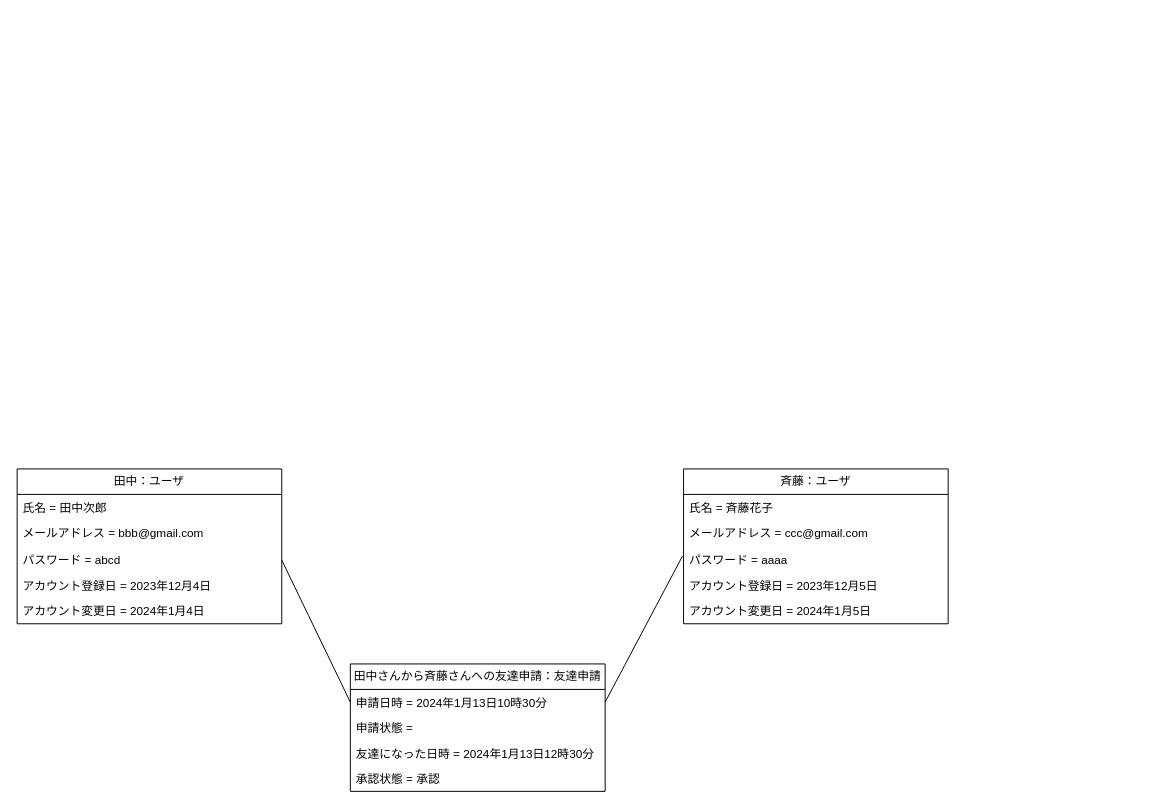
Before: 概念モデル/08_友達申請の承認をする/友達申請の承認をする.drawio in tawainfer/scorpio, a draw.io diagram. Source tidied: cells renumbered, new cells numbered last; positions are measured from the earlier drawing's top-left corner, leaving out a move shared by most shapes. Both pictures are drawn from the tidied source at 98%, with x=0, y=0 at pixel (17, 468).
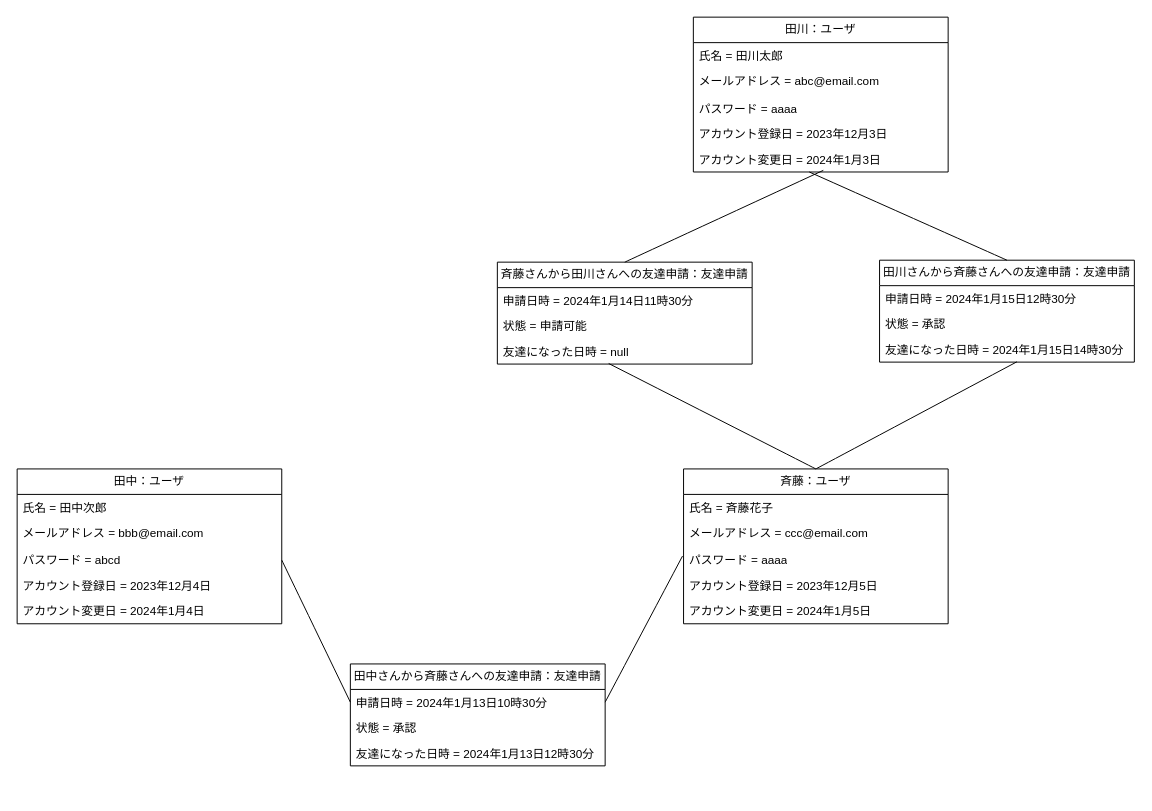
After the change.

The change refers to these unchanged cells:
```xml
<mxCell id="7" value="田中：ユーザ" style="swimlane;fontStyle=0;horizontal=1;startSize=26;fillColor=none;whiteSpace=wrap;html=1;" parent="1" vertex="1">
  <mxGeometry width="270" height="158" as="geometry" />
</mxCell>
<mxCell id="13" value="斉藤：ユーザ" style="swimlane;fontStyle=0;horizontal=1;startSize=26;fillColor=none;whiteSpace=wrap;html=1;" parent="1" vertex="1">
  <mxGeometry x="680" width="270" height="158" as="geometry" />
</mxCell>
```

What changed in the source:
```diff
@@
     <mxCell id="2" value="田中さんから斉藤さんへの友達申請：友達申請" style="swimlane;fontStyle=0;horizontal=1;startSize=26;fillColor=none;whiteSpace=wrap;html=1;" parent="1" vertex="1">
-      <mxGeometry x="340" y="199" width="260" height="130" as="geometry" />
+      <mxGeometry x="340" y="199" width="260" height="104" as="geometry" />
     </mxCell>
@@
-    <mxCell id="4" value="申請状態 =&amp;nbsp;" style="text;strokeColor=none;fillColor=none;align=left;verticalAlign=top;spacingLeft=4;spacingRight=4;overflow=hidden;whiteSpace=wrap;html=1;" parent="2" vertex="1">
+    <mxCell id="4" value="状態 = 承認" style="text;strokeColor=none;fillColor=none;align=left;verticalAlign=top;spacingLeft=4;spacingRight=4;overflow=hidden;whiteSpace=wrap;html=1;" parent="2" vertex="1">
       <mxGeometry y="52" width="260" height="26" as="geometry" />
     </mxCell>
@@
-    <mxCell id="6" value="承認状態 = 承認" style="text;strokeColor=none;fillColor=none;align=left;verticalAlign=top;spacingLeft=4;spacingRight=4;overflow=hidden;whiteSpace=wrap;html=1;" parent="2" vertex="1">
-      <mxGeometry y="104" width="260" height="26" as="geometry" />
-    </mxCell>
@@
-    <mxCell id="9" value="メールアドレス = bbb@gmail.com" style="text;strokeColor=none;fillColor=none;align=left;verticalAlign=top;spacingLeft=4;spacingRight=4;overflow=hidden;whiteSpace=wrap;html=1;" parent="7" vertex="1">
+    <mxCell id="9" value="メールアドレス = bbb@email.com" style="text;strokeColor=none;fillColor=none;align=left;verticalAlign=top;spacingLeft=4;spacingRight=4;overflow=hidden;whiteSpace=wrap;html=1;" parent="7" vertex="1">
       <mxGeometry y="52" width="270" height="28" as="geometry" />
     </mxCell>
@@
-    <mxCell id="15" value="メールアドレス = ccc@gmail.com" style="text;strokeColor=none;fillColor=none;align=left;verticalAlign=top;spacingLeft=4;spacingRight=4;overflow=hidden;whiteSpace=wrap;html=1;" parent="13" vertex="1">
+    <mxCell id="15" value="メールアドレス = ccc@email.com" style="text;strokeColor=none;fillColor=none;align=left;verticalAlign=top;spacingLeft=4;spacingRight=4;overflow=hidden;whiteSpace=wrap;html=1;" parent="13" vertex="1">
       <mxGeometry y="52" width="270" height="28" as="geometry" />
     </mxCell>
@@
+    <mxCell id="21" value="田川：ユーザ" style="swimlane;fontStyle=0;horizontal=1;startSize=26;fillColor=none;whiteSpace=wrap;html=1;" parent="1" vertex="1">
+      <mxGeometry x="690" y="-461" width="260" height="158" as="geometry" />
+    </mxCell>
+    <mxCell id="22" value="氏名 = 田川太郎" style="text;strokeColor=none;fillColor=none;align=left;verticalAlign=top;spacingLeft=4;spacingRight=4;overflow=hidden;whiteSpace=wrap;html=1;" parent="21" vertex="1">
+      <mxGeometry y="26" width="260" height="26" as="geometry" />
+    </mxCell>
+    <mxCell id="23" value="メールアドレス = abc@email.com" style="text;strokeColor=none;fillColor=none;align=left;verticalAlign=top;spacingLeft=4;spacingRight=4;overflow=hidden;whiteSpace=wrap;html=1;" parent="21" vertex="1">
+      <mxGeometry y="52" width="260" height="28" as="geometry" />
+    </mxCell>
+    <mxCell id="24" value="パスワード = aaaa" style="text;strokeColor=none;fillColor=none;align=left;verticalAlign=top;spacingLeft=4;spacingRight=4;overflow=hidden;whiteSpace=wrap;html=1;" parent="21" vertex="1">
+      <mxGeometry y="80" width="260" height="26" as="geometry" />
+    </mxCell>
+    <mxCell id="25" value="アカウント登録日 = 2023年12月3日" style="text;strokeColor=none;fillColor=none;align=left;verticalAlign=top;spacingLeft=4;spacingRight=4;overflow=hidden;whiteSpace=wrap;html=1;" parent="21" vertex="1">
+      <mxGeometry y="106" width="260" height="26" as="geometry" />
+    </mxCell>
+    <mxCell id="26" value="アカウント変更日 = 2024年1月3日" style="text;strokeColor=none;fillColor=none;align=left;verticalAlign=top;spacingLeft=4;spacingRight=4;overflow=hidden;points=[[0,0.5],[1,0.5]];portConstraint=eastwest;whiteSpace=wrap;html=1;" parent="21" vertex="1">
+      <mxGeometry y="132" width="260" height="26" as="geometry" />
+    </mxCell>
+    <mxCell id="27" value="田川さんから斉藤さんへの友達申請：友達申請" style="swimlane;fontStyle=0;horizontal=1;startSize=26;fillColor=none;whiteSpace=wrap;html=1;" parent="1" vertex="1">
+      <mxGeometry x="880" y="-213" width="260" height="104" as="geometry" />
+    </mxCell>
+    <mxCell id="28" value="申請日時 =&amp;nbsp;2024年1月15日12時30分" style="text;strokeColor=none;fillColor=none;align=left;verticalAlign=top;spacingLeft=4;spacingRight=4;overflow=hidden;whiteSpace=wrap;html=1;" parent="27" vertex="1">
+      <mxGeometry y="26" width="260" height="26" as="geometry" />
+    </mxCell>
+    <mxCell id="29" value="状態 = 承認" style="text;strokeColor=none;fillColor=none;align=left;verticalAlign=top;spacingLeft=4;spacingRight=4;overflow=hidden;whiteSpace=wrap;html=1;" parent="27" vertex="1">
+      <mxGeometry y="52" width="260" height="26" as="geometry" />
+    </mxCell>
+    <mxCell id="30" value="友達になった日時 = 2024年1月15日14時30分" style="text;strokeColor=none;fillColor=none;align=left;verticalAlign=top;spacingLeft=4;spacingRight=4;overflow=hidden;points=[[0,0.5],[1,0.5]];portConstraint=eastwest;whiteSpace=wrap;html=1;" parent="27" vertex="1">
+      <mxGeometry y="78" width="260" height="26" as="geometry" />
+    </mxCell>
+    <mxCell id="31" value="斉藤さんから田川さんへの友達申請：友達申請" style="swimlane;fontStyle=0;horizontal=1;startSize=26;fillColor=none;whiteSpace=wrap;html=1;" parent="1" vertex="1">
+      <mxGeometry x="490" y="-211" width="260" height="104" as="geometry" />
+    </mxCell>
+    <mxCell id="32" value="申請日時 =&amp;nbsp;2024年1月14日11時30分" style="text;strokeColor=none;fillColor=none;align=left;verticalAlign=top;spacingLeft=4;spacingRight=4;overflow=hidden;whiteSpace=wrap;html=1;" parent="31" vertex="1">
+      <mxGeometry y="26" width="260" height="26" as="geometry" />
+    </mxCell>
+    <mxCell id="33" value="状態 = 申請可能" style="text;strokeColor=none;fillColor=none;align=left;verticalAlign=top;spacingLeft=4;spacingRight=4;overflow=hidden;whiteSpace=wrap;html=1;" parent="31" vertex="1">
+      <mxGeometry y="52" width="260" height="26" as="geometry" />
+    </mxCell>
+    <mxCell id="34" value="友達になった日時 = null" style="text;strokeColor=none;fillColor=none;align=left;verticalAlign=top;spacingLeft=4;spacingRight=4;overflow=hidden;points=[[0,0.5],[1,0.5]];portConstraint=eastwest;whiteSpace=wrap;html=1;" parent="31" vertex="1">
+      <mxGeometry y="78" width="260" height="26" as="geometry" />
+    </mxCell>
+    <mxCell id="35" style="edgeStyle=none;curved=1;rounded=0;jettySize=auto;html=1;exitX=0.5;exitY=0;exitDx=0;exitDy=0;entryX=0.437;entryY=0.978;entryDx=0;entryDy=0;entryPerimeter=0;fontSize=12;startSize=8;endSize=8;endArrow=none;endFill=0;" parent="1" edge="1" source="13" target="34">
+      <mxGeometry relative="1" as="geometry" />
+    </mxCell>
+    <mxCell id="36" style="edgeStyle=none;curved=1;rounded=0;jettySize=auto;html=1;exitX=0.5;exitY=0;exitDx=0;exitDy=0;entryX=0.539;entryY=0.989;entryDx=0;entryDy=0;entryPerimeter=0;fontSize=12;startSize=8;endSize=8;endArrow=none;endFill=0;" parent="1" edge="1" source="13" target="30">
+      <mxGeometry relative="1" as="geometry" />
+    </mxCell>
+    <mxCell id="37" style="edgeStyle=none;curved=1;rounded=0;jettySize=auto;html=1;exitX=0.5;exitY=0;exitDx=0;exitDy=0;entryX=0.455;entryY=1;entryDx=0;entryDy=0;entryPerimeter=0;fontSize=12;startSize=8;endSize=8;endArrow=none;endFill=0;" parent="1" edge="1" source="27" target="26">
+      <mxGeometry relative="1" as="geometry" />
+    </mxCell>
+    <mxCell id="38" style="edgeStyle=none;curved=1;rounded=0;jettySize=auto;html=1;exitX=0.5;exitY=0;exitDx=0;exitDy=0;entryX=0.51;entryY=0.936;entryDx=0;entryDy=0;entryPerimeter=0;fontSize=12;startSize=8;endSize=8;endArrow=none;endFill=0;" parent="1" edge="1" source="31" target="26">
+      <mxGeometry relative="1" as="geometry" />
+    </mxCell>
```
